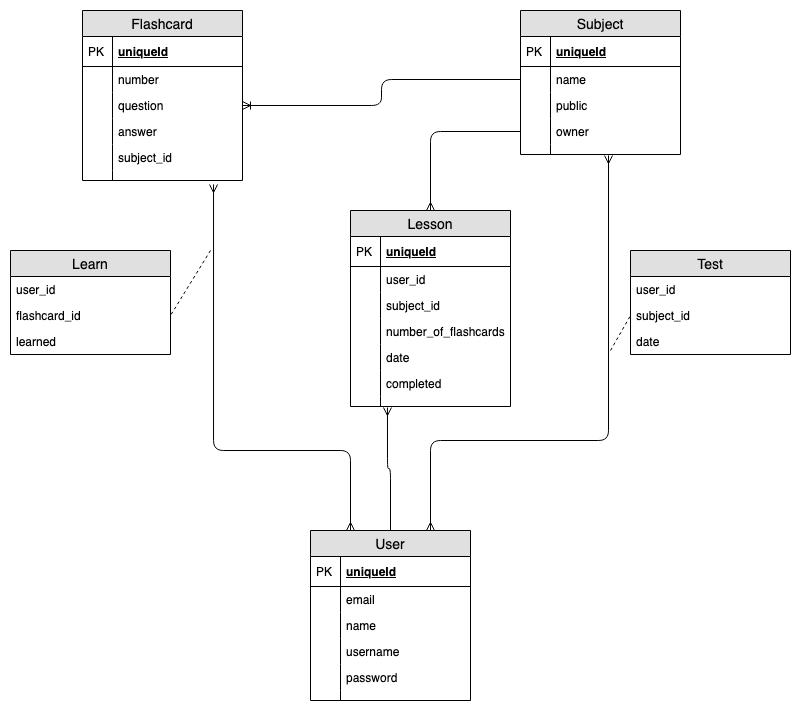
This is docs/img/database_uml.png from acsibacsi/tancify, a draw.io export, as it was before one commit. Source tidied: cells renumbered, new cells last; positions are measured from the earlier drawing's top-left corner, leaving out a move shared by most shapes.
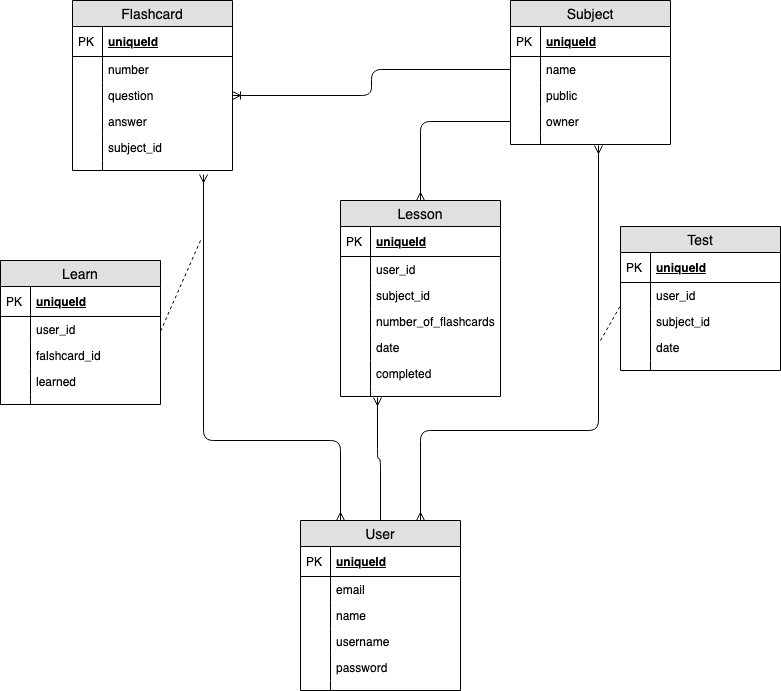
The same file after the commit.

Commit message:
update database uml

What changed in the source:
```diff
@@ -139,38 +139,16 @@
         </Array>
       </mxGeometry>
     </mxCell>
-    <mxCell id="42" value="Learn" style="swimlane;fontStyle=0;horizontal=1;startSize=26;fillColor=#e0e0e0;swimlaneFillColor=#ffffff;align=center;fontSize=14;" parent="1" vertex="1">
-      <mxGeometry y="240" width="160" height="104" as="geometry" />
-    </mxCell>
-    <mxCell id="43" value="user_id" style="text;strokeColor=none;fillColor=none;spacingLeft=4;spacingRight=4;overflow=hidden;fontSize=12;" parent="42" vertex="1">
-      <mxGeometry y="26" width="160" height="26" as="geometry" />
-    </mxCell>
-    <mxCell id="44" value="flashcard_id" style="text;strokeColor=none;fillColor=none;spacingLeft=4;spacingRight=4;overflow=hidden;points=[[0,0.5],[1,0.5]];portConstraint=eastwest;fontSize=12;" parent="42" vertex="1">
-      <mxGeometry y="52" width="160" height="26" as="geometry" />
-    </mxCell>
-    <mxCell id="45" value="learned" style="text;strokeColor=none;fillColor=none;spacingLeft=4;spacingRight=4;overflow=hidden;fontSize=12;" parent="42" vertex="1">
-      <mxGeometry y="78" width="160" height="26" as="geometry" />
-    </mxCell>
-    <mxCell id="46" style="fontSize=12;html=1;endArrow=none;endFill=0;strokeWidth=1;entryX=1;entryY=0.5;entryDx=0;entryDy=0;dashed=1;" parent="1" edge="1" target="44">
+    <mxCell id="46" style="fontSize=12;html=1;endArrow=none;endFill=0;strokeWidth=1;entryX=1;entryY=0.5;entryDx=0;entryDy=0;dashed=1;" parent="1" edge="1">
       <mxGeometry relative="1" as="geometry">
         <mxPoint x="200" y="240" as="sourcePoint" />
+        <mxPoint x="160" y="331" as="targetPoint" />
       </mxGeometry>
     </mxCell>
-    <mxCell id="47" value="Test" style="swimlane;fontStyle=0;horizontal=1;startSize=26;fillColor=#e0e0e0;swimlaneFillColor=#ffffff;align=center;fontSize=14;" parent="1" vertex="1">
-      <mxGeometry x="620" y="240" width="160" height="104" as="geometry" />
-    </mxCell>
-    <mxCell id="48" value="user_id" style="text;strokeColor=none;fillColor=none;spacingLeft=4;spacingRight=4;overflow=hidden;fontSize=12;" parent="47" vertex="1">
-      <mxGeometry y="26" width="160" height="26" as="geometry" />
-    </mxCell>
-    <mxCell id="49" value="subject_id" style="text;strokeColor=none;fillColor=none;spacingLeft=4;spacingRight=4;overflow=hidden;points=[[0,0.5],[1,0.5]];portConstraint=eastwest;fontSize=12;" parent="47" vertex="1">
-      <mxGeometry y="52" width="160" height="26" as="geometry" />
-    </mxCell>
-    <mxCell id="50" value="date" style="text;strokeColor=none;fillColor=none;spacingLeft=4;spacingRight=4;overflow=hidden;fontSize=12;" parent="47" vertex="1">
-      <mxGeometry y="78" width="160" height="26" as="geometry" />
-    </mxCell>
-    <mxCell id="51" style="fontSize=12;html=1;endArrow=none;endFill=0;strokeWidth=1;entryX=0;entryY=0.5;entryDx=0;entryDy=0;dashed=1;" parent="1" edge="1" target="49">
+    <mxCell id="51" style="fontSize=12;html=1;endArrow=none;endFill=0;strokeWidth=1;entryX=0;entryY=0.5;entryDx=0;entryDy=0;dashed=1;" parent="1" edge="1">
       <mxGeometry relative="1" as="geometry">
         <mxPoint x="600" y="340" as="sourcePoint" />
+        <mxPoint x="620" y="305" as="targetPoint" />
       </mxGeometry>
     </mxCell>
     <mxCell id="52" value="Lesson" style="swimlane;fontStyle=0;horizontal=1;startSize=26;fillColor=#e0e0e0;swimlaneFillColor=#ffffff;align=center;fontSize=14;" parent="1" vertex="1">
@@ -224,5 +202,71 @@
     <mxCell id="68" style="edgeStyle=orthogonalEdgeStyle;fontSize=12;html=1;endArrow=ERmany;strokeWidth=1;exitX=0;exitY=0.5;exitDx=0;exitDy=0;entryX=0.5;entryY=0;entryDx=0;entryDy=0;" parent="1" edge="1" source="22" target="52">
       <mxGeometry relative="1" as="geometry" />
     </mxCell>
+    <mxCell id="42" value="Learn" style="swimlane;fontStyle=0;horizontal=1;startSize=26;fillColor=#e0e0e0;swimlaneFillColor=#ffffff;align=center;fontSize=14;" parent="1" vertex="1">
+      <mxGeometry y="260" width="160" height="144" as="geometry" />
+    </mxCell>
+    <mxCell id="69" value="uniqueId" style="shape=partialRectangle;top=0;left=0;right=0;bottom=1;align=left;verticalAlign=middle;fillColor=none;spacingLeft=34;spacingRight=4;overflow=hidden;fontStyle=5;fontSize=12;" parent="42" vertex="1">
+      <mxGeometry y="26" width="160" height="30" as="geometry" />
+    </mxCell>
+    <mxCell id="70" value="PK" style="shape=partialRectangle;top=0;left=0;bottom=0;fillColor=none;align=left;verticalAlign=middle;spacingLeft=4;spacingRight=4;overflow=hidden;fontSize=12;" parent="69" vertex="1">
+      <mxGeometry width="30" height="30" as="geometry" />
+    </mxCell>
+    <mxCell id="71" value="user_id" style="shape=partialRectangle;top=0;left=0;right=0;bottom=0;align=left;verticalAlign=top;fillColor=none;spacingLeft=34;spacingRight=4;overflow=hidden;fontSize=12;" parent="42" vertex="1">
+      <mxGeometry y="56" width="160" height="26" as="geometry" />
+    </mxCell>
+    <mxCell id="72" style="shape=partialRectangle;top=0;left=0;bottom=0;fillColor=none;align=left;verticalAlign=top;spacingLeft=4;spacingRight=4;overflow=hidden;fontSize=12;" parent="71" vertex="1">
+      <mxGeometry width="30" height="26" as="geometry" />
+    </mxCell>
+    <mxCell id="73" value="falshcard_id" style="shape=partialRectangle;top=0;left=0;right=0;bottom=0;align=left;verticalAlign=top;fillColor=none;spacingLeft=34;spacingRight=4;overflow=hidden;fontSize=12;" parent="42" vertex="1">
+      <mxGeometry y="82" width="160" height="26" as="geometry" />
+    </mxCell>
+    <mxCell id="74" style="shape=partialRectangle;top=0;left=0;bottom=0;fillColor=none;align=left;verticalAlign=top;spacingLeft=4;spacingRight=4;overflow=hidden;fontSize=12;" parent="73" vertex="1">
+      <mxGeometry width="30" height="26" as="geometry" />
+    </mxCell>
+    <mxCell id="45" value="learned" style="shape=partialRectangle;top=0;left=0;right=0;bottom=0;align=left;verticalAlign=top;fillColor=none;spacingLeft=34;spacingRight=4;overflow=hidden;fontSize=12;" parent="42" vertex="1">
+      <mxGeometry y="108" width="160" height="26" as="geometry" />
+    </mxCell>
+    <mxCell id="75" style="shape=partialRectangle;top=0;left=0;bottom=0;fillColor=none;align=left;verticalAlign=top;spacingLeft=4;spacingRight=4;overflow=hidden;fontSize=12;" parent="45" vertex="1">
+      <mxGeometry width="30" height="26" as="geometry" />
+    </mxCell>
+    <mxCell id="76" style="shape=partialRectangle;top=0;left=0;right=0;bottom=0;align=left;verticalAlign=top;fillColor=none;spacingLeft=34;spacingRight=4;overflow=hidden;fontSize=12;" parent="42" vertex="1">
+      <mxGeometry y="134" width="160" height="10" as="geometry" />
+    </mxCell>
+    <mxCell id="77" style="shape=partialRectangle;top=0;left=0;bottom=0;fillColor=none;align=left;verticalAlign=top;spacingLeft=4;spacingRight=4;overflow=hidden;fontSize=12;" parent="76" vertex="1">
+      <mxGeometry width="30" height="10" as="geometry" />
+    </mxCell>
+    <mxCell id="47" value="Test" style="swimlane;fontStyle=0;horizontal=1;startSize=26;fillColor=#e0e0e0;swimlaneFillColor=#ffffff;align=center;fontSize=14;" parent="1" vertex="1">
+      <mxGeometry x="620" y="226" width="160" height="144" as="geometry" />
+    </mxCell>
+    <mxCell id="78" value="uniqueId" style="shape=partialRectangle;top=0;left=0;right=0;bottom=1;align=left;verticalAlign=middle;fillColor=none;spacingLeft=34;spacingRight=4;overflow=hidden;fontStyle=5;fontSize=12;" parent="47" vertex="1">
+      <mxGeometry y="26" width="160" height="30" as="geometry" />
+    </mxCell>
+    <mxCell id="79" value="PK" style="shape=partialRectangle;top=0;left=0;bottom=0;fillColor=none;align=left;verticalAlign=middle;spacingLeft=4;spacingRight=4;overflow=hidden;fontSize=12;" parent="78" vertex="1">
+      <mxGeometry width="30" height="30" as="geometry" />
+    </mxCell>
+    <mxCell id="80" value="user_id" style="shape=partialRectangle;top=0;left=0;right=0;bottom=0;align=left;verticalAlign=top;fillColor=none;spacingLeft=34;spacingRight=4;overflow=hidden;fontSize=12;" parent="47" vertex="1">
+      <mxGeometry y="56" width="160" height="26" as="geometry" />
+    </mxCell>
+    <mxCell id="81" style="shape=partialRectangle;top=0;left=0;bottom=0;fillColor=none;align=left;verticalAlign=top;spacingLeft=4;spacingRight=4;overflow=hidden;fontSize=12;" parent="80" vertex="1">
+      <mxGeometry width="30" height="26" as="geometry" />
+    </mxCell>
+    <mxCell id="49" value="subject_id" style="shape=partialRectangle;top=0;left=0;right=0;bottom=0;align=left;verticalAlign=top;fillColor=none;spacingLeft=34;spacingRight=4;overflow=hidden;points=[[0,0.5],[1,0.5]];portConstraint=eastwest;fontSize=12;" parent="47" vertex="1">
+      <mxGeometry y="82" width="160" height="26" as="geometry" />
+    </mxCell>
+    <mxCell id="82" style="shape=partialRectangle;top=0;left=0;bottom=0;fillColor=none;align=left;verticalAlign=top;spacingLeft=4;spacingRight=4;overflow=hidden;fontSize=12;" parent="49" vertex="1">
+      <mxGeometry width="30" height="26" as="geometry" />
+    </mxCell>
+    <mxCell id="50" value="date" style="shape=partialRectangle;top=0;left=0;right=0;bottom=0;align=left;verticalAlign=top;fillColor=none;spacingLeft=34;spacingRight=4;overflow=hidden;fontSize=12;" parent="47" vertex="1">
+      <mxGeometry y="108" width="160" height="26" as="geometry" />
+    </mxCell>
+    <mxCell id="83" style="shape=partialRectangle;top=0;left=0;bottom=0;fillColor=none;align=left;verticalAlign=top;spacingLeft=4;spacingRight=4;overflow=hidden;fontSize=12;" parent="50" vertex="1">
+      <mxGeometry width="30" height="26" as="geometry" />
+    </mxCell>
+    <mxCell id="84" style="shape=partialRectangle;top=0;left=0;right=0;bottom=0;align=left;verticalAlign=top;fillColor=none;spacingLeft=34;spacingRight=4;overflow=hidden;fontSize=12;" parent="47" vertex="1">
+      <mxGeometry y="134" width="160" height="10" as="geometry" />
+    </mxCell>
+    <mxCell id="85" style="shape=partialRectangle;top=0;left=0;bottom=0;fillColor=none;align=left;verticalAlign=top;spacingLeft=4;spacingRight=4;overflow=hidden;fontSize=12;" parent="84" vertex="1">
+      <mxGeometry width="30" height="10" as="geometry" />
+    </mxCell>
   </root>
 </mxGraphModel>
```
